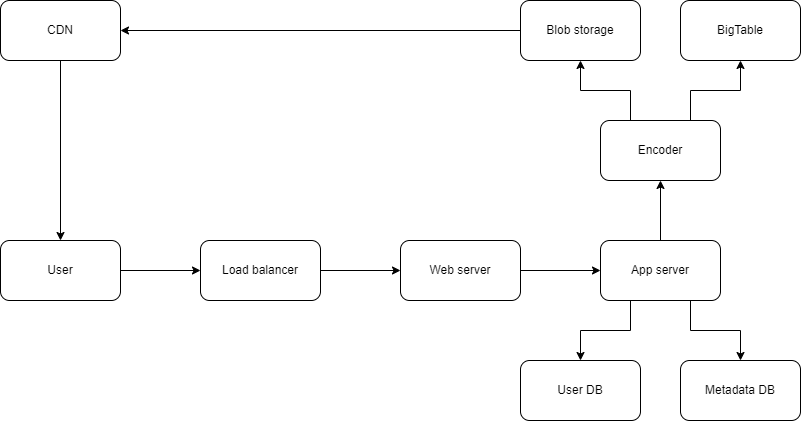
Before: img/system-design/youtube2.png, a diagram exported from draw.io (riehseun/riehseun.github.io). Source tidied: cells renumbered, new cells last; positions are measured from the earlier drawing's top-left corner, leaving out a move shared by most shapes. Source of this version:
```xml
<mxGraphModel>
  <root>
    <mxCell id="0" />
    <mxCell id="1" parent="0" />
    <mxCell id="2" style="edgeStyle=orthogonalEdgeStyle;rounded=0;jettySize=auto;html=1;exitX=1;exitY=0.5;exitDx=0;exitDy=0;entryX=0;entryY=0.5;entryDx=0;entryDy=0;" parent="1" edge="1" source="3" target="5">
      <mxGeometry relative="1" as="geometry" />
    </mxCell>
    <mxCell id="3" value="User" style="rounded=1;whiteSpace=wrap;html=1;" parent="1" vertex="1">
      <mxGeometry y="240" width="120" height="60" as="geometry" />
    </mxCell>
    <mxCell id="4" style="edgeStyle=orthogonalEdgeStyle;rounded=0;jettySize=auto;html=1;exitX=1;exitY=0.5;exitDx=0;exitDy=0;entryX=0;entryY=0.5;entryDx=0;entryDy=0;" parent="1" edge="1" source="5" target="7">
      <mxGeometry relative="1" as="geometry" />
    </mxCell>
    <mxCell id="5" value="Load balancer" style="rounded=1;whiteSpace=wrap;html=1;" parent="1" vertex="1">
      <mxGeometry x="200" y="240" width="120" height="60" as="geometry" />
    </mxCell>
    <mxCell id="6" style="edgeStyle=orthogonalEdgeStyle;rounded=0;jettySize=auto;html=1;exitX=1;exitY=0.5;exitDx=0;exitDy=0;entryX=0;entryY=0.5;entryDx=0;entryDy=0;" parent="1" edge="1" source="7" target="11">
      <mxGeometry relative="1" as="geometry" />
    </mxCell>
    <mxCell id="7" value="Web server" style="rounded=1;whiteSpace=wrap;html=1;" parent="1" vertex="1">
      <mxGeometry x="400" y="240" width="120" height="60" as="geometry" />
    </mxCell>
    <mxCell id="8" style="edgeStyle=orthogonalEdgeStyle;rounded=0;jettySize=auto;html=1;exitX=0.25;exitY=1;exitDx=0;exitDy=0;entryX=0.5;entryY=0;entryDx=0;entryDy=0;" parent="1" edge="1" source="11" target="12">
      <mxGeometry relative="1" as="geometry" />
    </mxCell>
    <mxCell id="9" style="edgeStyle=orthogonalEdgeStyle;rounded=0;jettySize=auto;html=1;exitX=0.75;exitY=1;exitDx=0;exitDy=0;entryX=0.5;entryY=0;entryDx=0;entryDy=0;" parent="1" edge="1" source="11" target="13">
      <mxGeometry relative="1" as="geometry" />
    </mxCell>
    <mxCell id="10" style="edgeStyle=orthogonalEdgeStyle;rounded=0;jettySize=auto;html=1;exitX=0.5;exitY=0;exitDx=0;exitDy=0;entryX=0.5;entryY=1;entryDx=0;entryDy=0;" parent="1" edge="1" source="11" target="16">
      <mxGeometry relative="1" as="geometry" />
    </mxCell>
    <mxCell id="11" value="App server" style="rounded=1;whiteSpace=wrap;html=1;" parent="1" vertex="1">
      <mxGeometry x="600" y="240" width="120" height="60" as="geometry" />
    </mxCell>
    <mxCell id="12" value="User DB" style="rounded=1;whiteSpace=wrap;html=1;" parent="1" vertex="1">
      <mxGeometry x="520" y="360" width="120" height="60" as="geometry" />
    </mxCell>
    <mxCell id="13" value="Metadata DB" style="rounded=1;whiteSpace=wrap;html=1;" parent="1" vertex="1">
      <mxGeometry x="680" y="360" width="120" height="60" as="geometry" />
    </mxCell>
    <mxCell id="14" style="edgeStyle=orthogonalEdgeStyle;rounded=0;jettySize=auto;html=1;exitX=0.75;exitY=0;exitDx=0;exitDy=0;entryX=0.5;entryY=1;entryDx=0;entryDy=0;" parent="1" edge="1" source="16" target="19">
      <mxGeometry relative="1" as="geometry" />
    </mxCell>
    <mxCell id="15" style="edgeStyle=orthogonalEdgeStyle;rounded=0;jettySize=auto;html=1;exitX=0.25;exitY=0;exitDx=0;exitDy=0;entryX=0.5;entryY=1;entryDx=0;entryDy=0;" parent="1" edge="1" source="16" target="18">
      <mxGeometry relative="1" as="geometry" />
    </mxCell>
    <mxCell id="16" value="Encoder" style="rounded=1;whiteSpace=wrap;html=1;" parent="1" vertex="1">
      <mxGeometry x="600" y="120" width="120" height="60" as="geometry" />
    </mxCell>
    <mxCell id="17" style="edgeStyle=orthogonalEdgeStyle;rounded=0;jettySize=auto;html=1;exitX=0;exitY=0.5;exitDx=0;exitDy=0;entryX=1;entryY=0.5;entryDx=0;entryDy=0;" parent="1" edge="1" source="18" target="21">
      <mxGeometry relative="1" as="geometry" />
    </mxCell>
    <mxCell id="18" value="Blob storage" style="rounded=1;whiteSpace=wrap;html=1;" parent="1" vertex="1">
      <mxGeometry x="520" width="120" height="60" as="geometry" />
    </mxCell>
    <mxCell id="19" value="BigTable" style="rounded=1;whiteSpace=wrap;html=1;" parent="1" vertex="1">
      <mxGeometry x="680" width="120" height="60" as="geometry" />
    </mxCell>
    <mxCell id="20" style="edgeStyle=orthogonalEdgeStyle;rounded=0;jettySize=auto;html=1;exitX=0.5;exitY=1;exitDx=0;exitDy=0;" parent="1" edge="1" source="21" target="3">
      <mxGeometry relative="1" as="geometry" />
    </mxCell>
    <mxCell id="21" value="CDN" style="rounded=1;whiteSpace=wrap;html=1;" parent="1" vertex="1">
      <mxGeometry width="120" height="60" as="geometry" />
    </mxCell>
  </root>
</mxGraphModel>
```
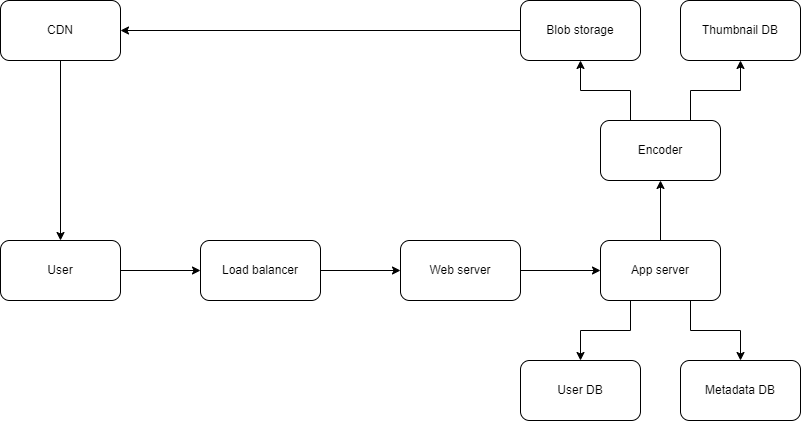
Later version of the same file.

Change to the diagram source:
```diff
@@ -53,7 +53,7 @@
     <mxCell id="18" value="Blob storage" style="rounded=1;whiteSpace=wrap;html=1;" parent="1" vertex="1">
       <mxGeometry x="520" width="120" height="60" as="geometry" />
     </mxCell>
-    <mxCell id="19" value="BigTable" style="rounded=1;whiteSpace=wrap;html=1;" parent="1" vertex="1">
+    <mxCell id="19" value="Thumbnail DB" style="rounded=1;whiteSpace=wrap;html=1;" parent="1" vertex="1">
       <mxGeometry x="680" width="120" height="60" as="geometry" />
     </mxCell>
     <mxCell id="20" style="edgeStyle=orthogonalEdgeStyle;rounded=0;jettySize=auto;html=1;exitX=0.5;exitY=1;exitDx=0;exitDy=0;" parent="1" edge="1" source="21" target="3">
```
